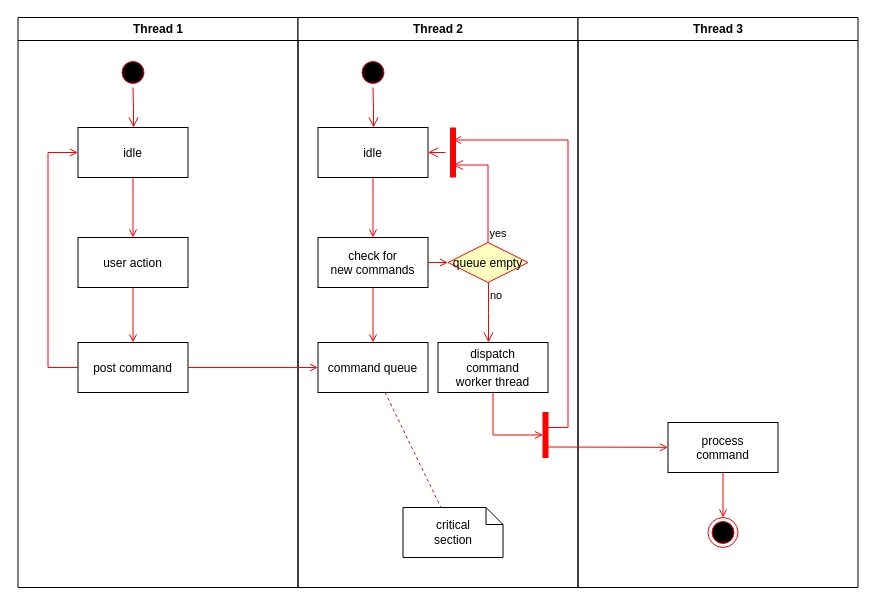
The draw.io diagram Diagram Tanpa Judul.drawio in Dityaren/Diagram, before the edit. Source tidied: cells renumbered, new cells numbered last; positions are measured from the earlier drawing's top-left corner, leaving out a move shared by most shapes. Both pictures are drawn from the tidied source at 100%, with x=0, y=0 at pixel (17, 17).
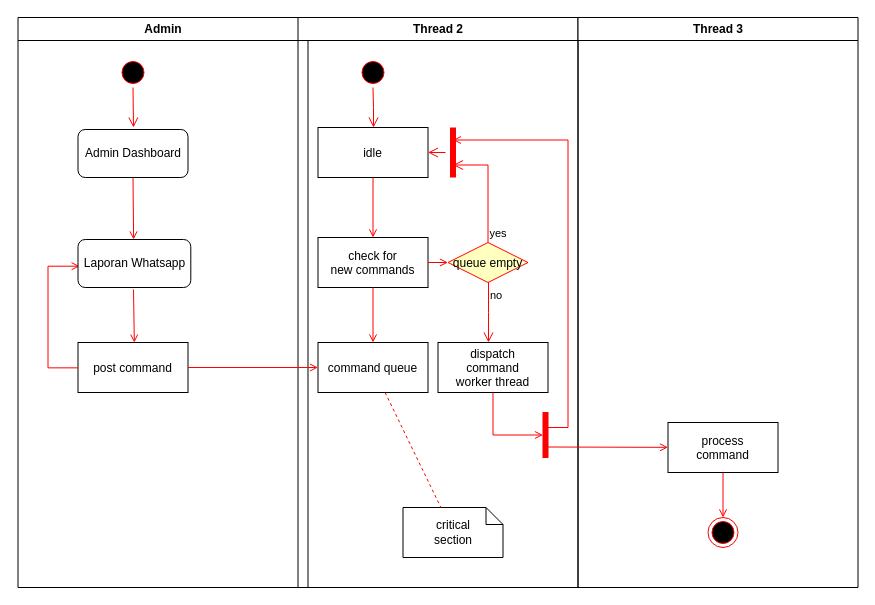
Above is the later version.

The change refers to these unchanged cells:
```xml
<mxCell id="3" style="ellipse;shape=startState;fillColor=#000000;strokeColor=#ff0000;" parent="2" vertex="1">
  <mxGeometry x="100" y="40" width="30" height="30" as="geometry" />
</mxCell>
<mxCell id="8" value="post command" parent="2" vertex="1">
  <mxGeometry x="60" y="325" width="110" height="50" as="geometry" />
</mxCell>
```

Change to the diagram source:
```diff
@@
-    <mxCell id="2" value="Thread 1" style="swimlane;whiteSpace=wrap;" parent="1" vertex="1">
-      <mxGeometry x="0.5" width="280" height="570" as="geometry" />
+    <mxCell id="2" value="Admin" style="swimlane;whiteSpace=wrap;" parent="1" vertex="1">
+      <mxGeometry x="0.5" width="290" height="570" as="geometry" />
     </mxCell>
@@
-    <mxCell id="4" style="edgeStyle=elbowEdgeStyle;elbow=horizontal;verticalAlign=bottom;endArrow=open;endSize=8;strokeColor=#FF0000;endFill=1;rounded=0;" parent="2" edge="1" source="3" target="5">
-      <mxGeometry x="100" y="40" as="geometry" />
+    <mxCell id="4" style="edgeStyle=elbowEdgeStyle;elbow=horizontal;verticalAlign=bottom;endArrow=open;endSize=8;strokeColor=#FF0000;endFill=1;rounded=0;" parent="2" edge="1" source="3">
+      <mxGeometry x="100" y="40" as="geometry">
+        <mxPoint x="115" y="110" as="targetPoint" />
+      </mxGeometry>
     </mxCell>
-    <mxCell id="5" value="idle" parent="2" vertex="1">
-      <mxGeometry x="60" y="110" width="110" height="50" as="geometry" />
-    </mxCell>
-    <mxCell id="6" value="user action" parent="2" vertex="1">
-      <mxGeometry x="60" y="220" width="110" height="50" as="geometry" />
-    </mxCell>
-    <mxCell id="7" style="endArrow=open;strokeColor=#FF0000;endFill=1;rounded=0;" parent="2" edge="1" source="5" target="6">
-      <mxGeometry relative="1" as="geometry" />
+    <mxCell id="7" style="endArrow=open;strokeColor=#FF0000;endFill=1;rounded=0;entryX=0.505;entryY=0.04;entryDx=0;entryDy=0;entryPerimeter=0;" parent="2" edge="1">
+      <mxGeometry relative="1" as="geometry">
+        <mxPoint x="115" y="160" as="sourcePoint" />
+        <mxPoint x="115.6" y="222" as="targetPoint" />
+      </mxGeometry>
     </mxCell>
@@
-    <mxCell id="9" style="endArrow=open;strokeColor=#FF0000;endFill=1;rounded=0;" parent="2" edge="1" source="6" target="8">
-      <mxGeometry relative="1" as="geometry" />
+    <mxCell id="9" style="endArrow=open;strokeColor=#FF0000;endFill=1;rounded=0;entryX=0.512;entryY=0.003;entryDx=0;entryDy=0;entryPerimeter=0;" parent="2" edge="1" target="8">
+      <mxGeometry relative="1" as="geometry">
+        <mxPoint x="115.5" y="272" as="sourcePoint" />
+      </mxGeometry>
     </mxCell>
-    <mxCell id="10" style="edgeStyle=elbowEdgeStyle;elbow=horizontal;strokeColor=#FF0000;endArrow=open;endFill=1;rounded=0;" parent="2" edge="1" source="8" target="5">
+    <mxCell id="10" style="edgeStyle=elbowEdgeStyle;elbow=horizontal;strokeColor=#FF0000;endArrow=open;endFill=1;rounded=0;entryX=0.015;entryY=0.573;entryDx=0;entryDy=0;entryPerimeter=0;exitX=0;exitY=0.507;exitDx=0;exitDy=0;exitPerimeter=0;" parent="2" edge="1" source="8">
       <mxGeometry relative="1" as="geometry">
+        <mxPoint x="61.7" y="248.7" as="targetPoint" />
         <Array as="points">
           <mxPoint x="30" y="250" />
         </Array>
       </mxGeometry>
     </mxCell>
+    <mxCell id="37" value="Admin Dashboard" style="rounded=1;whiteSpace=wrap;html=1;" parent="2" vertex="1">
+      <mxGeometry x="60" y="112" width="110" height="48" as="geometry" />
+    </mxCell>
+    <mxCell id="38" value="Laporan Whatsapp" style="rounded=1;whiteSpace=wrap;html=1;" parent="2" vertex="1">
+      <mxGeometry x="60" y="222" width="112.8" height="48" as="geometry" />
+    </mxCell>
```
